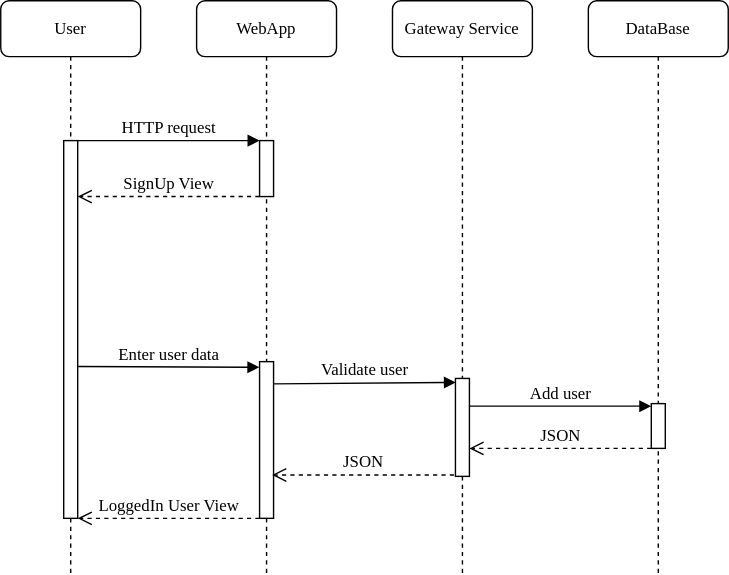
Above: docs/images/06_runview_signup.svg in Arquisoft/wichat_es2a (draw.io), before the change. Source tidied: cells renumbered, new cells last; positions are measured from the earlier drawing's top-left corner, leaving out a move shared by most shapes.
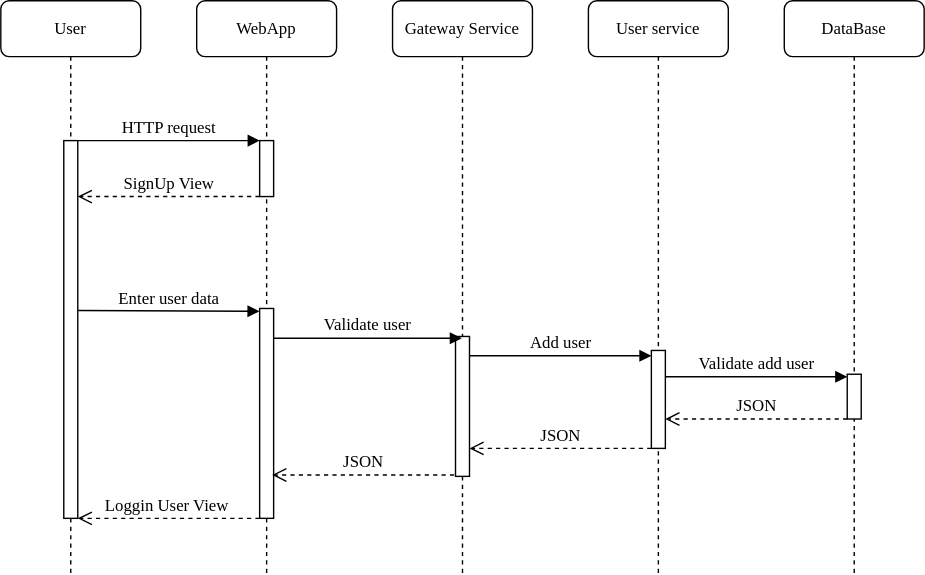
After the change.

Commit message:
Added new diagrams to Runtime view

Diff of the diagram source:
```diff
@@ -9,24 +9,24 @@
       <mxGeometry x="45" y="100" width="10" height="40" as="geometry" />
     </mxCell>
     <mxCell id="4" style="html=1;points=[];perimeter=orthogonalPerimeter;rounded=0;shadow=0;comic=0;labelBackgroundColor=none;strokeWidth=1;fontFamily=Verdana;fontSize=12;align=center;" parent="2" vertex="1">
-      <mxGeometry x="45" y="258" width="10" height="112" as="geometry" />
+      <mxGeometry x="45" y="220" width="10" height="150" as="geometry" />
     </mxCell>
     <mxCell id="5" value="Gateway Service" style="shape=umlLifeline;perimeter=lifelinePerimeter;whiteSpace=wrap;html=1;outlineConnect=0;rounded=1;shadow=0;comic=0;labelBackgroundColor=none;strokeWidth=1;fontFamily=Verdana;fontSize=12;align=center;" parent="1" vertex="1">
       <mxGeometry x="280" width="100" height="410" as="geometry" />
     </mxCell>
     <mxCell id="6" style="html=1;points=[];perimeter=orthogonalPerimeter;rounded=0;shadow=0;comic=0;labelBackgroundColor=none;strokeWidth=1;fontFamily=Verdana;fontSize=12;align=center;" parent="5" vertex="1">
-      <mxGeometry x="45" y="270" width="10" height="70" as="geometry" />
+      <mxGeometry x="45" y="240" width="10" height="100" as="geometry" />
     </mxCell>
-    <mxCell id="7" value="DataBase" style="shape=umlLifeline;perimeter=lifelinePerimeter;whiteSpace=wrap;html=1;rounded=1;shadow=0;comic=0;labelBackgroundColor=none;strokeWidth=1;fontFamily=Verdana;fontSize=12;align=center;" parent="1" vertex="1">
+    <mxCell id="7" value="User service" style="shape=umlLifeline;perimeter=lifelinePerimeter;whiteSpace=wrap;html=1;rounded=1;shadow=0;comic=0;labelBackgroundColor=none;strokeWidth=1;fontFamily=Verdana;fontSize=12;align=center;" parent="1" vertex="1">
       <mxGeometry x="420" width="100" height="410" as="geometry" />
     </mxCell>
     <mxCell id="8" style="html=1;perimeter=orthogonalPerimeter;rounded=0;shadow=0;comic=0;labelBackgroundColor=none;strokeWidth=1;fontFamily=Verdana;fontSize=12;align=center;" parent="7" vertex="1">
-      <mxGeometry x="45" y="288" width="10" height="32" as="geometry" />
+      <mxGeometry x="45" y="250" width="10" height="70" as="geometry" />
     </mxCell>
     <mxCell id="9" value="Add user" style="html=1;verticalAlign=bottom;endArrow=block;entryX=0.034;entryY=0.041;labelBackgroundColor=none;fontFamily=Verdana;fontSize=12;entryDx=0;entryDy=0;entryPerimeter=0;exitX=1.012;exitY=0.354;exitDx=0;exitDy=0;exitPerimeter=0;" parent="7" edge="1">
       <mxGeometry relative="1" as="geometry">
-        <mxPoint x="-85" y="289.8" as="sourcePoint" />
-        <mxPoint x="45" y="289.8" as="targetPoint" />
+        <mxPoint x="-85" y="253.8" as="sourcePoint" />
+        <mxPoint x="45" y="253.8" as="targetPoint" />
       </mxGeometry>
     </mxCell>
     <mxCell id="10" value="JSON" style="html=1;verticalAlign=bottom;endArrow=open;dashed=1;endSize=8;labelBackgroundColor=none;fontFamily=Verdana;fontSize=12;edgeStyle=elbowEdgeStyle;elbow=vertical;" parent="7" edge="1">
@@ -55,7 +55,7 @@
         </Array>
       </mxGeometry>
     </mxCell>
-    <mxCell id="14" value="LoggedIn User View" style="html=1;verticalAlign=bottom;endArrow=open;dashed=1;endSize=8;labelBackgroundColor=none;fontFamily=Verdana;fontSize=12;edgeStyle=elbowEdgeStyle;elbow=vertical;" parent="11" edge="1">
+    <mxCell id="14" value="Loggin User View&amp;nbsp;" style="html=1;verticalAlign=bottom;endArrow=open;dashed=1;endSize=8;labelBackgroundColor=none;fontFamily=Verdana;fontSize=12;edgeStyle=elbowEdgeStyle;elbow=vertical;" parent="11" edge="1">
       <mxGeometry relative="1" as="geometry">
         <mxPoint x="185" y="370" as="sourcePoint" />
         <mxPoint x="55" y="370" as="targetPoint" />
@@ -68,10 +68,13 @@
     <mxCell id="15" value="HTTP request" style="html=1;verticalAlign=bottom;endArrow=block;entryX=0;entryY=0;labelBackgroundColor=none;fontFamily=Verdana;fontSize=12;edgeStyle=elbowEdgeStyle;elbow=vertical;" parent="1" edge="1" source="12" target="3">
       <mxGeometry relative="1" as="geometry" />
     </mxCell>
-    <mxCell id="16" value="Enter user data" style="html=1;verticalAlign=bottom;endArrow=block;labelBackgroundColor=none;fontFamily=Verdana;fontSize=12;edgeStyle=elbowEdgeStyle;elbow=vertical;entryX=-0.014;entryY=0.035;entryDx=0;entryDy=0;entryPerimeter=0;exitX=1.033;exitY=0.598;exitDx=0;exitDy=0;exitPerimeter=0;" parent="1" edge="1" source="12" target="4">
-      <mxGeometry relative="1" as="geometry" />
+    <mxCell id="16" value="Enter user data" style="html=1;verticalAlign=bottom;endArrow=block;labelBackgroundColor=none;fontFamily=Verdana;fontSize=12;edgeStyle=elbowEdgeStyle;elbow=vertical;entryX=-0.014;entryY=0.035;entryDx=0;entryDy=0;entryPerimeter=0;exitX=1.033;exitY=0.598;exitDx=0;exitDy=0;exitPerimeter=0;" parent="1" edge="1">
+      <mxGeometry relative="1" as="geometry">
+        <mxPoint x="55.3" y="221.5" as="sourcePoint" />
+        <mxPoint x="184.9" y="221.9" as="targetPoint" />
+      </mxGeometry>
     </mxCell>
-    <mxCell id="17" value="Validate user" style="html=1;verticalAlign=bottom;endArrow=block;entryX=0.034;entryY=0.041;labelBackgroundColor=none;fontFamily=Verdana;fontSize=12;entryDx=0;entryDy=0;entryPerimeter=0;exitX=0.965;exitY=0.142;exitDx=0;exitDy=0;exitPerimeter=0;" parent="1" edge="1" source="4" target="6">
+    <mxCell id="17" value="Validate user" style="html=1;verticalAlign=bottom;endArrow=block;labelBackgroundColor=none;fontFamily=Verdana;fontSize=12;exitX=0.965;exitY=0.142;exitDx=0;exitDy=0;exitPerimeter=0;" parent="1" edge="1" source="4" target="5">
       <mxGeometry relative="1" as="geometry" />
     </mxCell>
     <mxCell id="18" value="JSON" style="html=1;verticalAlign=bottom;endArrow=open;dashed=1;endSize=8;labelBackgroundColor=none;fontFamily=Verdana;fontSize=12;edgeStyle=elbowEdgeStyle;elbow=vertical;" parent="1" edge="1">
@@ -84,5 +87,27 @@
         </Array>
       </mxGeometry>
     </mxCell>
+    <mxCell id="19" value="DataBase" style="shape=umlLifeline;perimeter=lifelinePerimeter;whiteSpace=wrap;html=1;rounded=1;shadow=0;comic=0;labelBackgroundColor=none;strokeWidth=1;fontFamily=Verdana;fontSize=12;align=center;" parent="1" vertex="1">
+      <mxGeometry x="560" width="100" height="410" as="geometry" />
+    </mxCell>
+    <mxCell id="20" style="html=1;perimeter=orthogonalPerimeter;rounded=0;shadow=0;comic=0;labelBackgroundColor=none;strokeWidth=1;fontFamily=Verdana;fontSize=12;align=center;" parent="19" vertex="1">
+      <mxGeometry x="45" y="267" width="10" height="32" as="geometry" />
+    </mxCell>
+    <mxCell id="21" value="Validate add user" style="html=1;verticalAlign=bottom;endArrow=block;entryX=0.034;entryY=0.041;labelBackgroundColor=none;fontFamily=Verdana;fontSize=12;entryDx=0;entryDy=0;entryPerimeter=0;exitX=1.012;exitY=0.354;exitDx=0;exitDy=0;exitPerimeter=0;" parent="19" edge="1">
+      <mxGeometry relative="1" as="geometry">
+        <mxPoint x="-85" y="268.8" as="sourcePoint" />
+        <mxPoint x="45" y="268.8" as="targetPoint" />
+      </mxGeometry>
+    </mxCell>
+    <mxCell id="22" value="JSON" style="html=1;verticalAlign=bottom;endArrow=open;dashed=1;endSize=8;labelBackgroundColor=none;fontFamily=Verdana;fontSize=12;edgeStyle=elbowEdgeStyle;elbow=vertical;" parent="19" edge="1">
+      <mxGeometry relative="1" as="geometry">
+        <mxPoint x="45" y="299" as="sourcePoint" />
+        <mxPoint x="-85" y="299" as="targetPoint" />
+        <Array as="points">
+          <mxPoint x="-10" y="299" />
+          <mxPoint x="20" y="299" />
+        </Array>
+      </mxGeometry>
+    </mxCell>
   </root>
 </mxGraphModel>
```
